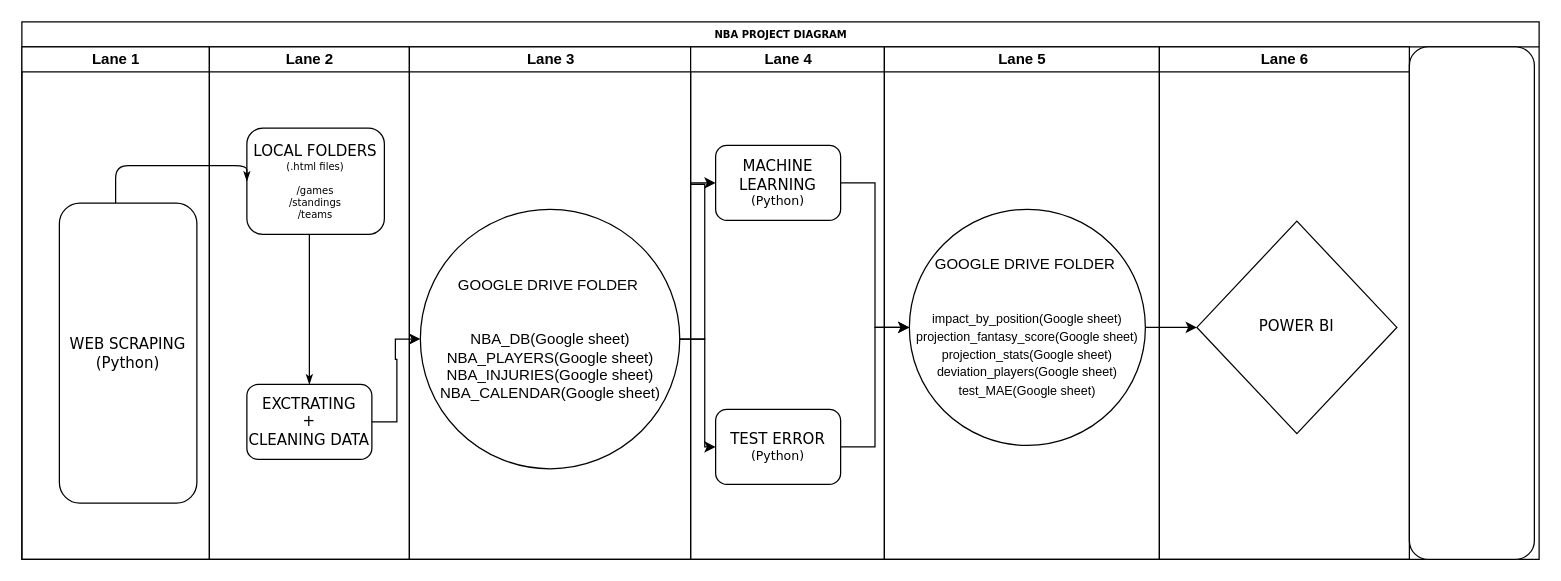
The draw.io diagram Untitled Diagram.drawio in aurelpow/nba_project_stats, before the edit. Source tidied: cells renumbered, new cells numbered last; positions are measured from the earlier drawing's top-left corner, leaving out a move shared by most shapes. Both pictures are drawn from the tidied source at 125%, with x=0, y=0 at pixel (21, 21).
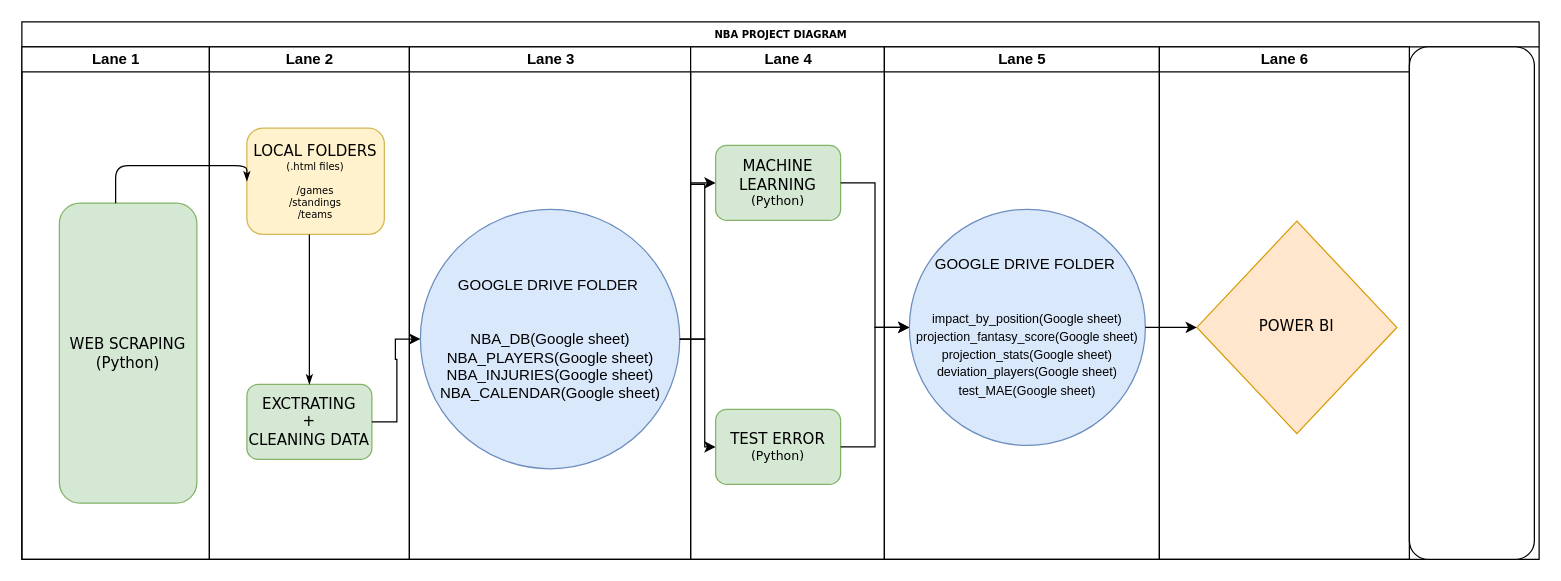
The same page after the edit.

The change refers to these unchanged cells:
```xml
<mxCell id="3" value="Lane 1" style="swimlane;html=1;startSize=20;" parent="2" vertex="1">
  <mxGeometry y="20" width="150" height="410" as="geometry" />
</mxCell>
<mxCell id="5" value="Lane 2" style="swimlane;html=1;startSize=20;" parent="2" vertex="1">
  <mxGeometry x="150" y="20" width="160" height="410" as="geometry" />
</mxCell>
<mxCell id="9" value="Lane 3" style="swimlane;html=1;startSize=20;" parent="2" vertex="1">
  <mxGeometry x="310" y="20" width="225" height="410" as="geometry" />
</mxCell>
<mxCell id="11" value="Lane 4" style="swimlane;html=1;startSize=20;" parent="2" vertex="1">
  <mxGeometry x="535" y="20" width="155" height="410" as="geometry" />
</mxCell>
<mxCell id="14" value="Lane 5" style="swimlane;html=1;startSize=20;" parent="2" vertex="1">
  <mxGeometry x="690" y="20" width="220" height="410" as="geometry" />
</mxCell>
<mxCell id="16" value="Lane 6" style="swimlane;html=1;startSize=20;" parent="2" vertex="1">
  <mxGeometry x="910" y="20" width="200" height="410" as="geometry" />
</mxCell>
```

What changed in the source:
```diff
@@
-    <mxCell id="4" value="&lt;font style=&quot;font-size: 12px;&quot;&gt;WEB SCRAPING&lt;br&gt;(Python)&lt;/font&gt;" style="rounded=1;whiteSpace=wrap;html=1;shadow=0;labelBackgroundColor=none;strokeWidth=1;fontFamily=Verdana;fontSize=8;align=center;" parent="3" vertex="1">
+    <mxCell id="4" value="&lt;font style=&quot;font-size: 12px;&quot;&gt;WEB SCRAPING&lt;br&gt;(Python)&lt;/font&gt;" style="rounded=1;whiteSpace=wrap;html=1;shadow=0;labelBackgroundColor=none;strokeWidth=1;fontFamily=Verdana;fontSize=8;align=center;fillColor=#d5e8d4;strokeColor=#82b366;" parent="3" vertex="1">
       <mxGeometry x="30" y="125" width="110" height="240" as="geometry" />
     </mxCell>
@@
-    <mxCell id="6" value="&lt;font style=&quot;font-size: 12px;&quot;&gt;LOCAL FOLDERS&lt;br&gt;&lt;/font&gt;(.html files)&lt;br&gt;&lt;br&gt;/games&lt;br&gt;/standings&lt;br&gt;/teams" style="rounded=1;whiteSpace=wrap;html=1;shadow=0;labelBackgroundColor=none;strokeWidth=1;fontFamily=Verdana;fontSize=8;align=center;" parent="5" vertex="1">
+    <mxCell id="6" value="&lt;font style=&quot;font-size: 12px;&quot;&gt;LOCAL FOLDERS&lt;br&gt;&lt;/font&gt;(.html files)&lt;br&gt;&lt;br&gt;/games&lt;br&gt;/standings&lt;br&gt;/teams" style="rounded=1;whiteSpace=wrap;html=1;shadow=0;labelBackgroundColor=none;strokeWidth=1;fontFamily=Verdana;fontSize=8;align=center;fillColor=#fff2cc;strokeColor=#d6b656;" parent="5" vertex="1">
       <mxGeometry x="30" y="65" width="110" height="85" as="geometry" />
     </mxCell>
-    <mxCell id="7" value="&lt;font style=&quot;font-size: 12px;&quot;&gt;EXCTRATING&lt;br&gt;+ &lt;br&gt;CLEANING DATA&lt;/font&gt;" style="rounded=1;whiteSpace=wrap;html=1;shadow=0;labelBackgroundColor=none;strokeWidth=1;fontFamily=Verdana;fontSize=8;align=center;" parent="5" vertex="1">
+    <mxCell id="7" value="&lt;font style=&quot;font-size: 12px;&quot;&gt;EXCTRATING&lt;br&gt;+ &lt;br&gt;CLEANING DATA&lt;/font&gt;" style="rounded=1;whiteSpace=wrap;html=1;shadow=0;labelBackgroundColor=none;strokeWidth=1;fontFamily=Verdana;fontSize=8;align=center;fillColor=#d5e8d4;strokeColor=#82b366;" parent="5" vertex="1">
       <mxGeometry x="30" y="270" width="100" height="60" as="geometry" />
     </mxCell>
@@
-    <mxCell id="10" value="GOOGLE DRIVE FOLDER&amp;nbsp;&lt;br&gt;&lt;br&gt;&lt;br&gt;NBA_DB(Google sheet)&lt;br&gt;NBA_PLAYERS(Google sheet)&lt;br&gt;NBA_INJURIES(Google sheet)&lt;br&gt;NBA_CALENDAR(Google sheet)&lt;br&gt;" style="ellipse;whiteSpace=wrap;html=1;" parent="9" vertex="1">
+    <mxCell id="10" value="GOOGLE DRIVE FOLDER&amp;nbsp;&lt;br&gt;&lt;br&gt;&lt;br&gt;NBA_DB(Google sheet)&lt;br&gt;NBA_PLAYERS(Google sheet)&lt;br&gt;NBA_INJURIES(Google sheet)&lt;br&gt;NBA_CALENDAR(Google sheet)&lt;br&gt;" style="ellipse;whiteSpace=wrap;html=1;fillColor=#dae8fc;strokeColor=#6c8ebf;" parent="9" vertex="1">
       <mxGeometry x="8.8" y="130" width="207.5" height="207.5" as="geometry" />
     </mxCell>
@@
-    <mxCell id="12" value="&lt;font style=&quot;&quot;&gt;&lt;font style=&quot;font-size: 12px;&quot;&gt;MACHINE LEARNING&lt;/font&gt;&lt;br&gt;&lt;span style=&quot;font-size: 10px;&quot;&gt;(Python)&lt;/span&gt;&lt;/font&gt;" style="rounded=1;whiteSpace=wrap;html=1;shadow=0;labelBackgroundColor=none;strokeWidth=1;fontFamily=Verdana;fontSize=8;align=center;" parent="11" vertex="1">
+    <mxCell id="12" value="&lt;font style=&quot;&quot;&gt;&lt;font style=&quot;font-size: 12px;&quot;&gt;MACHINE LEARNING&lt;/font&gt;&lt;br&gt;&lt;span style=&quot;font-size: 10px;&quot;&gt;(Python)&lt;/span&gt;&lt;/font&gt;" style="rounded=1;whiteSpace=wrap;html=1;shadow=0;labelBackgroundColor=none;strokeWidth=1;fontFamily=Verdana;fontSize=8;align=center;fillColor=#d5e8d4;strokeColor=#82b366;" parent="11" vertex="1">
       <mxGeometry x="20" y="78.8" width="100" height="60" as="geometry" />
     </mxCell>
-    <mxCell id="13" value="&lt;font style=&quot;font-size: 12px;&quot;&gt;TEST ERROR&lt;/font&gt;&lt;font style=&quot;font-size: 10px;&quot;&gt; (Python)&lt;/font&gt;" style="rounded=1;whiteSpace=wrap;html=1;shadow=0;labelBackgroundColor=none;strokeWidth=1;fontFamily=Verdana;fontSize=8;align=center;" parent="11" vertex="1">
+    <mxCell id="13" value="&lt;font style=&quot;font-size: 12px;&quot;&gt;TEST ERROR&lt;/font&gt;&lt;font style=&quot;font-size: 10px;&quot;&gt; (Python)&lt;/font&gt;" style="rounded=1;whiteSpace=wrap;html=1;shadow=0;labelBackgroundColor=none;strokeWidth=1;fontFamily=Verdana;fontSize=8;align=center;fillColor=#d5e8d4;strokeColor=#82b366;" parent="11" vertex="1">
       <mxGeometry x="20" y="290" width="100" height="60" as="geometry" />
     </mxCell>
@@
-    <mxCell id="15" value="&lt;font style=&quot;&quot;&gt;&lt;font style=&quot;font-size: 12px;&quot;&gt;GOOGLE DRIVE FOLDER&amp;nbsp;&lt;/font&gt;&lt;br&gt;&lt;br&gt;&lt;br&gt;&lt;font style=&quot;font-size: 10px;&quot;&gt;impact_by_position(Google sheet)&lt;br&gt;projection_fantasy_score(Google sheet)&lt;br&gt;projection_stats(Google sheet)&lt;br style=&quot;border-color: var(--border-color);&quot;&gt;deviation_players(Google sheet)&lt;br&gt;test_MAE(Google sheet)&lt;/font&gt;&lt;/font&gt;" style="ellipse;whiteSpace=wrap;html=1;" parent="14" vertex="1">
+    <mxCell id="15" value="&lt;font style=&quot;&quot;&gt;&lt;font style=&quot;font-size: 12px;&quot;&gt;GOOGLE DRIVE FOLDER&amp;nbsp;&lt;/font&gt;&lt;br&gt;&lt;br&gt;&lt;br&gt;&lt;font style=&quot;font-size: 10px;&quot;&gt;impact_by_position(Google sheet)&lt;br&gt;projection_fantasy_score(Google sheet)&lt;br&gt;projection_stats(Google sheet)&lt;br style=&quot;border-color: var(--border-color);&quot;&gt;deviation_players(Google sheet)&lt;br&gt;test_MAE(Google sheet)&lt;/font&gt;&lt;/font&gt;" style="ellipse;whiteSpace=wrap;html=1;fillColor=#dae8fc;strokeColor=#6c8ebf;" parent="14" vertex="1">
       <mxGeometry x="20" y="130" width="188.8" height="188.8" as="geometry" />
     </mxCell>
@@
-    <mxCell id="17" value="&lt;font style=&quot;font-size: 12px;&quot;&gt;POWER BI&lt;/font&gt;" style="rhombus;whiteSpace=wrap;html=1;rounded=0;shadow=0;labelBackgroundColor=none;strokeWidth=1;fontFamily=Verdana;fontSize=8;align=center;" parent="16" vertex="1">
+    <mxCell id="17" value="&lt;font style=&quot;font-size: 12px;&quot;&gt;POWER BI&lt;/font&gt;" style="rhombus;whiteSpace=wrap;html=1;rounded=0;shadow=0;labelBackgroundColor=none;strokeWidth=1;fontFamily=Verdana;fontSize=8;align=center;fillColor=#ffe6cc;strokeColor=#d79b00;" parent="16" vertex="1">
       <mxGeometry x="30" y="139.4" width="160" height="170" as="geometry" />
     </mxCell>
```
